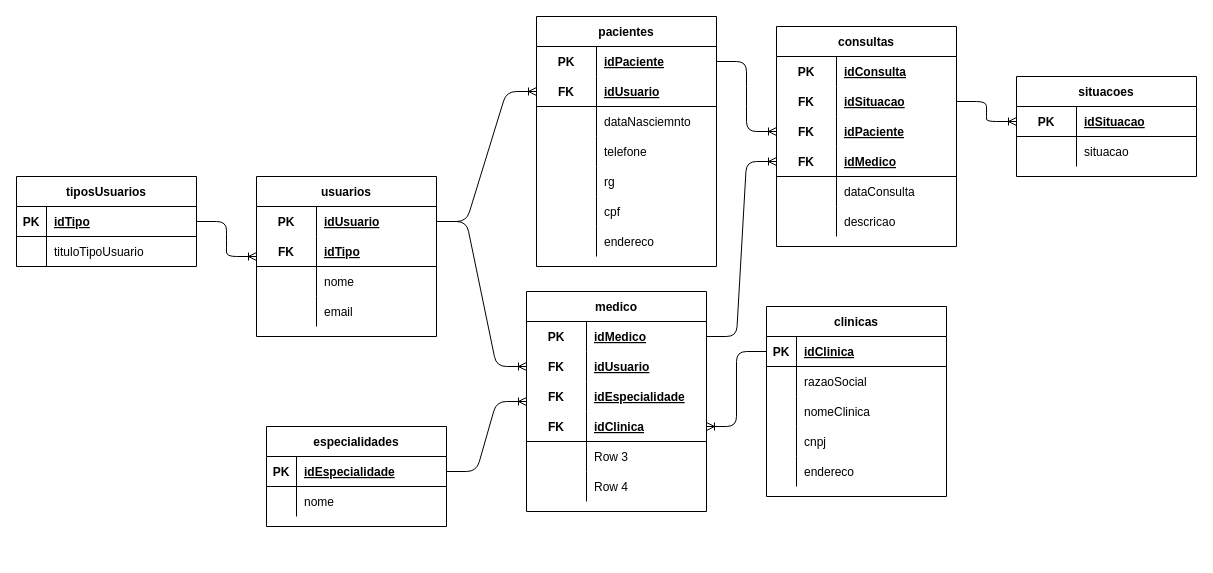
Before: page "Lógico" (2 of 2) of 2021-1S-2D/sprint-1-bd/exercicios/SP Medical group/SPMedicalGroups.drawio in Robert-025/SENAI_2S, a draw.io diagram. Source tidied: cells renumbered, new cells numbered last; positions are measured from the earlier drawing's top-left corner, leaving out a move shared by most shapes. Both pictures are drawn from the tidied source at 100%, with x=0, y=0 at pixel (16, 16).
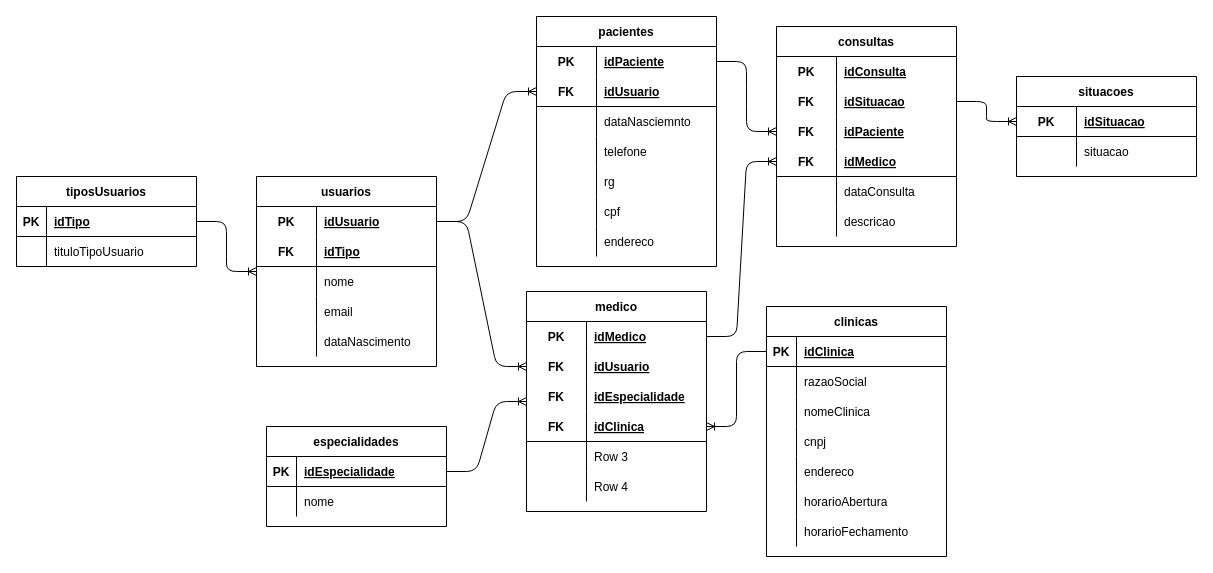
Above is the later version.

Change to the diagram source:
```diff
@@
     <mxCell id="9" value="usuarios" style="shape=table;startSize=30;childLayout=tableLayout;rowLines=0;fontStyle=1;align=center;" parent="1" vertex="1">
-      <mxGeometry x="240" y="160" width="180" height="160" as="geometry" />
+      <mxGeometry x="240" y="160" width="180" height="190" as="geometry" />
     </mxCell>
@@
+    <mxCell id="120" style="shape=partialRectangle;fillColor=none;top=0;left=0;bottom=0;right=0;" parent="9" vertex="1">
+      <mxGeometry y="150" width="180" height="30" as="geometry" />
+    </mxCell>
+    <mxCell id="121" style="shape=partialRectangle;fillColor=none;top=0;left=0;bottom=0;right=0;overflow=hidden;" parent="120" vertex="1">
+      <mxGeometry width="60" height="30" as="geometry" />
+    </mxCell>
+    <mxCell id="122" value="dataNascimento" style="shape=partialRectangle;fillColor=none;top=0;left=0;bottom=0;right=0;align=left;spacingLeft=6;overflow=hidden;" parent="120" vertex="1">
+      <mxGeometry x="60" width="120" height="30" as="geometry" />
+    </mxCell>
@@
     <mxCell id="41" value="clinicas" style="shape=table;startSize=30;childLayout=tableLayout;rowLines=0;fontStyle=1;align=center;" parent="1" vertex="1">
-      <mxGeometry x="750" y="290" width="180" height="190" as="geometry" />
+      <mxGeometry x="750" y="290" width="180" height="250" as="geometry" />
     </mxCell>
@@
+    <mxCell id="123" style="shape=partialRectangle;fillColor=none;top=0;left=0;bottom=0;right=0;" parent="41" vertex="1">
+      <mxGeometry y="180" width="180" height="30" as="geometry" />
+    </mxCell>
+    <mxCell id="124" style="shape=partialRectangle;fillColor=none;top=0;left=0;bottom=0;right=0;overflow=hidden;" parent="123" vertex="1">
+      <mxGeometry width="30" height="30" as="geometry" />
+    </mxCell>
+    <mxCell id="125" value="horarioAbertura" style="shape=partialRectangle;fillColor=none;top=0;left=0;bottom=0;right=0;align=left;spacingLeft=6;overflow=hidden;" parent="123" vertex="1">
+      <mxGeometry x="30" width="150" height="30" as="geometry" />
+    </mxCell>
+    <mxCell id="126" style="shape=partialRectangle;fillColor=none;top=0;left=0;bottom=0;right=0;" parent="41" vertex="1">
+      <mxGeometry y="210" width="180" height="30" as="geometry" />
+    </mxCell>
+    <mxCell id="127" style="shape=partialRectangle;fillColor=none;top=0;left=0;bottom=0;right=0;overflow=hidden;" parent="126" vertex="1">
+      <mxGeometry width="30" height="30" as="geometry" />
+    </mxCell>
+    <mxCell id="128" value="horarioFechamento" style="shape=partialRectangle;fillColor=none;top=0;left=0;bottom=0;right=0;align=left;spacingLeft=6;overflow=hidden;" parent="126" vertex="1">
+      <mxGeometry x="30" width="150" height="30" as="geometry" />
+    </mxCell>
```
